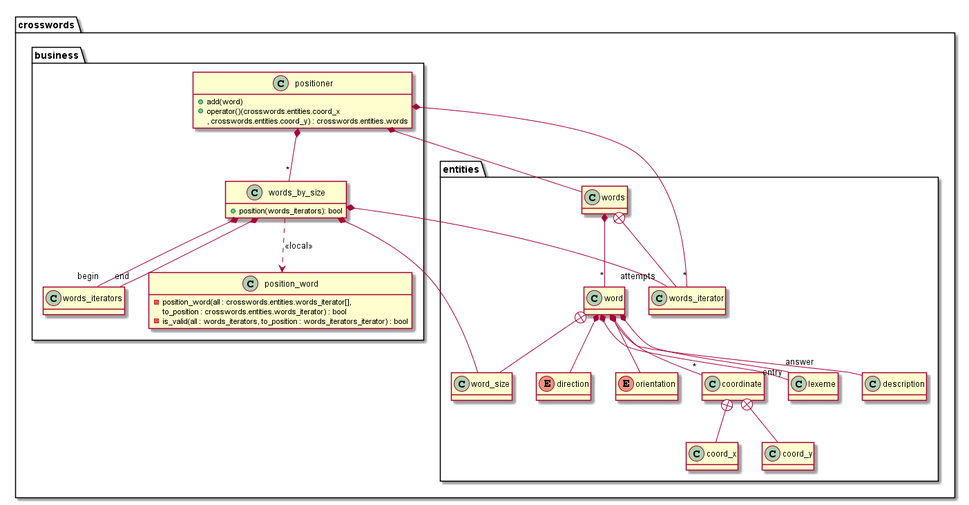
Before: code/crosswords/document/uml.png, a diagram exported from PlantUML (rodrigocanellas/tenacitas).
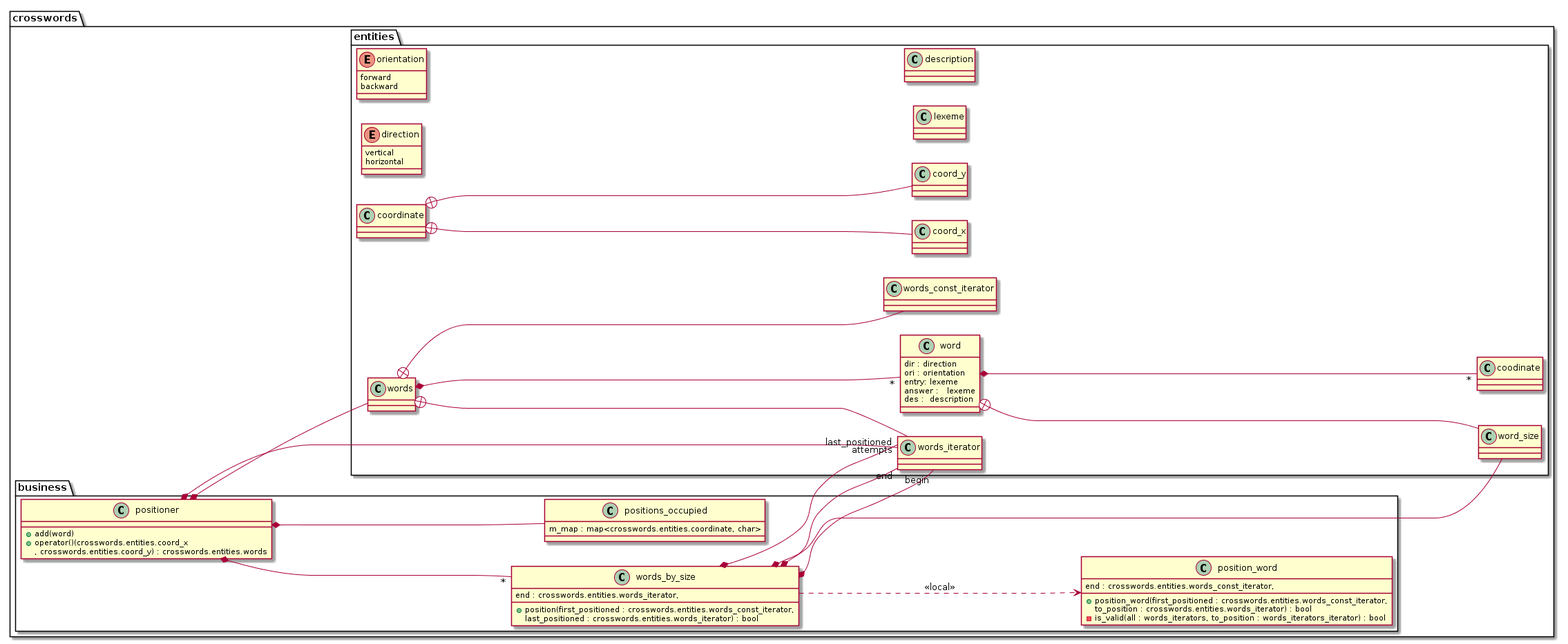
The same file after the commit.

Change to the diagram source:
```diff
@@ -1,10 +1,7 @@
 @startuml
-hide attribute
-
+left to right direction
 namespace crosswords {
-
 	namespace entities {
-
 		enum direction {
 			vertical
 			horizontal
@@ -18,31 +15,35 @@
 		coordinate +-- coord_x
 		coordinate +-- coord_y
 
-		word *-- direction
-		word *-- orientation
-		word *-- "entry" lexeme
-		word *-- "*" coordinate
-		word *-- "answer" lexeme
-		word *-- description
+		class lexeme
+		class description
+
+		class word {
+			dir : direction
+		 	ori : orientation
+		 	entry: lexeme
+			answer :   lexeme
+			des :  description
+		}
 		word +-- word_size
-
+		word *-- "*" coodinate
 		words *-- "*" word
 		words +-- words_iterator
+		words +-- words_const_iterator
 	}
 
 	namespace business {
-		positioner *-- "*" crosswords.entities.words_iterator
-
 		words_by_size *-- crosswords.entities.word_size
 
-		words_by_size *-- "begin" words_iterators
-		words_by_size *-- "end" words_iterators
+		words_by_size *-- "begin" crosswords.entities.words_iterator
+		words_by_size *-- "end" crosswords.entities.words_iterator
 
 		positioner *-- "*" words_by_size
 		positioner *-- crosswords.entities.words
 
 		class position_word {
-		- position_word(all : crosswords.entities.words_iterator[],
+		+position_word(first_positioned : crosswords.entities.words_const_iterator,
+			end : crosswords.entities.words_const_iterator,
 			to_position : crosswords.entities.words_iterator) : bool
 		- is_valid(all : words_iterators, to_position : words_iterators_iterator) : bool
 		}
@@ -55,10 +56,17 @@
 
 		words_by_size ..> position_word : <<local>>
 		class words_by_size {
-		+ position(words_iterators): bool
+		+ position(first_positioned : crosswords.entities.words_const_iterator,
+			end : crosswords.entities.words_iterator,
+			last_positioned : crosswords.entities.words_iterator) : bool
 		}
 		words_by_size *-- "attempts" crosswords.entities.words_iterator
+		positioner *-- "last_positioned" crosswords.entities.words_iterator
 
+		class positions_occupied {
+		m_map : map<crosswords.entities.coordinate, char>
+		}
+		positioner *-- positions_occupied
 
 	}
 }
```
